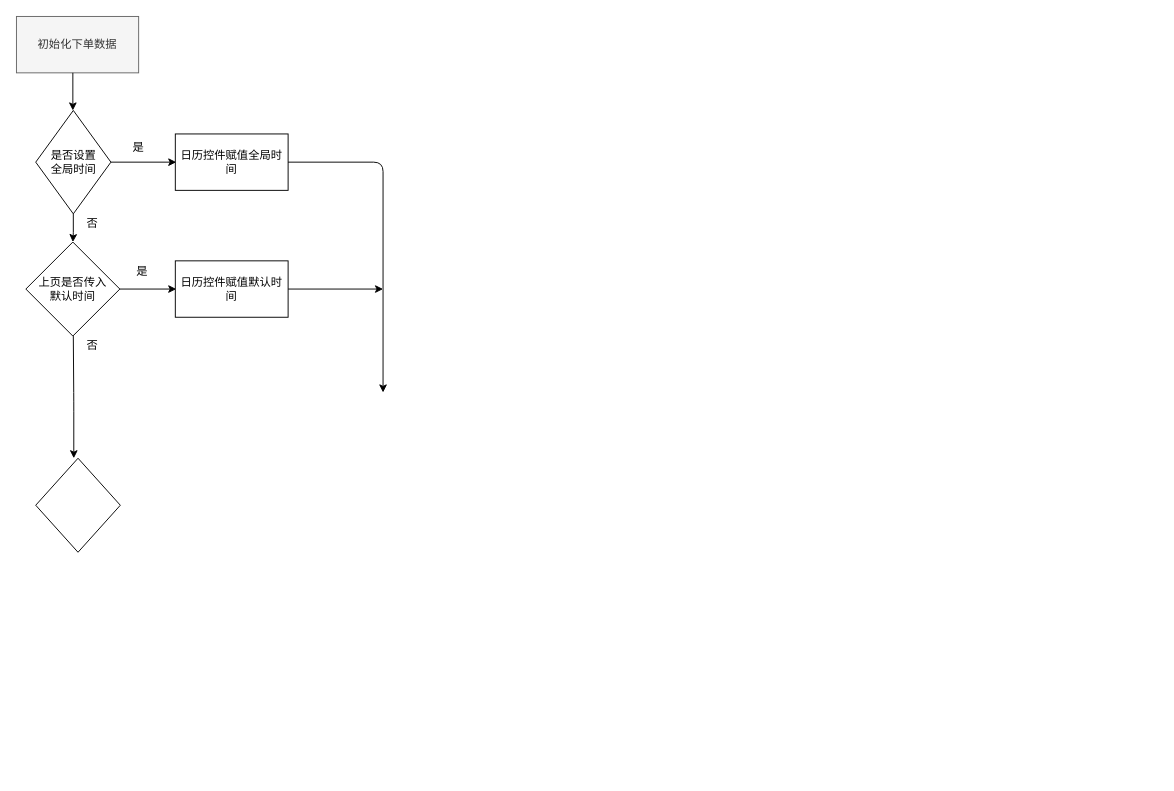
This is Untitled Diagram.drawio from fanxiao168/docment, a draw.io file, before an edit. Source tidied: cells renumbered, new cells numbered last; positions are measured from the earlier drawing's top-left corner, leaving out a move shared by most shapes. Both pictures are drawn from the tidied source at 94%, with x=0, y=0 at pixel (16, 16).
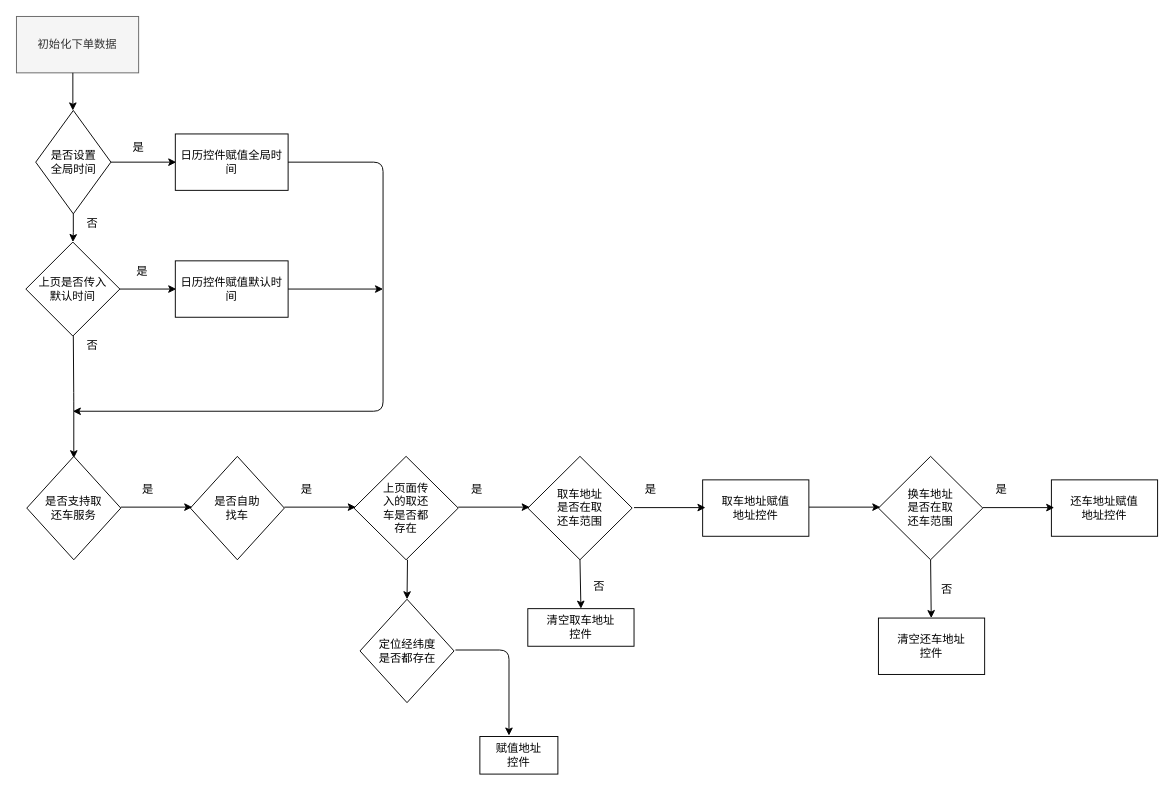
The same diagram, later.

The change refers to these unchanged cells:
```xml
<mxCell id="13" value="日历控件赋值全局时间" style="rounded=0;whiteSpace=wrap;html=1;" parent="1" vertex="1">
  <mxGeometry x="169" y="125" width="120" height="60" as="geometry" />
</mxCell>
```

Change to the diagram source:
```diff
@@
     <mxCell id="16" style="endArrow=classic;html=1;exitX=1;exitY=0.5;exitDx=0;exitDy=0;" parent="1" edge="1" source="13">
       <mxGeometry relative="1" as="geometry">
-        <mxPoint x="390" y="400" as="targetPoint" />
+        <mxPoint x="60" y="420" as="targetPoint" />
         <Array as="points">
           <mxPoint x="390" y="155" />
+          <mxPoint x="390" y="420" />
         </Array>
       </mxGeometry>
     </mxCell>
@@
-    <mxCell id="18" style="rhombus;whiteSpace=wrap;html=1;" parent="1" vertex="1">
-      <mxGeometry x="20.5" y="470" width="90" height="100" as="geometry" />
+    <mxCell id="18" value="是否支持取&lt;br&gt;还车服务" style="rhombus;whiteSpace=wrap;html=1;" parent="1" vertex="1">
+      <mxGeometry x="11" y="468" width="100" height="110" as="geometry" />
     </mxCell>
+    <mxCell id="19" value="是否自助&lt;br&gt;找车" style="rhombus;whiteSpace=wrap;html=1;" parent="1" vertex="1">
+      <mxGeometry x="185" y="468" width="100" height="110" as="geometry" />
+    </mxCell>
+    <mxCell id="20" style="endArrow=classic;html=1;" parent="1" edge="1">
+      <mxGeometry relative="1" as="geometry">
+        <mxPoint x="111" y="522" as="sourcePoint" />
+        <mxPoint x="187" y="522" as="targetPoint" />
+      </mxGeometry>
+    </mxCell>
+    <mxCell id="21" value="上页面传&lt;br&gt;入的取还&lt;br&gt;车是否都&lt;br&gt;存在" style="rhombus;whiteSpace=wrap;html=1;" parent="1" vertex="1">
+      <mxGeometry x="359" y="468" width="111" height="110" as="geometry" />
+    </mxCell>
+    <mxCell id="22" style="endArrow=classic;html=1;" parent="1" edge="1">
+      <mxGeometry relative="1" as="geometry">
+        <mxPoint x="285" y="522" as="sourcePoint" />
+        <mxPoint x="361" y="522" as="targetPoint" />
+      </mxGeometry>
+    </mxCell>
+    <mxCell id="23" value="取车地址&lt;br&gt;是否在取&lt;br&gt;还车范围" style="rhombus;whiteSpace=wrap;html=1;" parent="1" vertex="1">
+      <mxGeometry x="544" y="468" width="111" height="110" as="geometry" />
+    </mxCell>
+    <mxCell id="24" style="endArrow=classic;html=1;" parent="1" edge="1">
+      <mxGeometry relative="1" as="geometry">
+        <mxPoint x="470" y="522" as="sourcePoint" />
+        <mxPoint x="546" y="522" as="targetPoint" />
+      </mxGeometry>
+    </mxCell>
+    <mxCell id="25" value="换车地址&lt;br&gt;是否在取&lt;br&gt;还车范围" style="rhombus;whiteSpace=wrap;html=1;" parent="1" vertex="1">
+      <mxGeometry x="917" y="468" width="111" height="110" as="geometry" />
+    </mxCell>
+    <mxCell id="26" style="endArrow=classic;html=1;" parent="1" edge="1">
+      <mxGeometry relative="1" as="geometry">
+        <mxPoint x="843" y="522" as="sourcePoint" />
+        <mxPoint x="919" y="522" as="targetPoint" />
+      </mxGeometry>
+    </mxCell>
+    <mxCell id="27" value="取车地址赋值&lt;br&gt;地址控件" style="rounded=0;whiteSpace=wrap;html=1;" parent="1" vertex="1">
+      <mxGeometry x="730" y="493" width="113" height="60" as="geometry" />
+    </mxCell>
+    <mxCell id="28" style="endArrow=classic;html=1;" parent="1" edge="1">
+      <mxGeometry relative="1" as="geometry">
+        <mxPoint x="657" y="522.5" as="sourcePoint" />
+        <mxPoint x="733" y="522.5" as="targetPoint" />
+      </mxGeometry>
+    </mxCell>
+    <mxCell id="29" value="还车地址赋值&lt;br&gt;地址控件" style="rounded=0;whiteSpace=wrap;html=1;" parent="1" vertex="1">
+      <mxGeometry x="1101" y="493" width="113" height="60" as="geometry" />
+    </mxCell>
+    <mxCell id="30" style="endArrow=classic;html=1;" parent="1" edge="1">
+      <mxGeometry relative="1" as="geometry">
+        <mxPoint x="1028" y="522.5" as="sourcePoint" />
+        <mxPoint x="1104" y="522.5" as="targetPoint" />
+      </mxGeometry>
+    </mxCell>
+    <mxCell id="31" value="清空取车地址&lt;br&gt;控件" style="rounded=0;whiteSpace=wrap;html=1;" parent="1" vertex="1">
+      <mxGeometry x="544" y="630" width="113" height="40" as="geometry" />
+    </mxCell>
+    <mxCell id="32" value="清空还车地址&lt;br&gt;控件" style="rounded=0;whiteSpace=wrap;html=1;" parent="1" vertex="1">
+      <mxGeometry x="917" y="640" width="113" height="60" as="geometry" />
+    </mxCell>
+    <mxCell id="33" style="endArrow=classic;html=1;exitX=0.5;exitY=1;exitDx=0;exitDy=0;entryX=0.5;entryY=0;entryDx=0;entryDy=0;" parent="1" edge="1" source="23" target="31">
+      <mxGeometry relative="1" as="geometry" />
+    </mxCell>
+    <mxCell id="34" style="endArrow=classic;html=1;exitX=0.5;exitY=1;exitDx=0;exitDy=0;" parent="1" edge="1" source="25" target="32">
+      <mxGeometry relative="1" as="geometry" />
+    </mxCell>
+    <mxCell id="35" value="是" style="text;html=1;strokeColor=none;fillColor=none;align=center;verticalAlign=middle;whiteSpace=wrap;rounded=0;" parent="1" vertex="1">
+      <mxGeometry x="120" y="493" width="40" height="20" as="geometry" />
+    </mxCell>
+    <mxCell id="36" value="是" style="text;html=1;strokeColor=none;fillColor=none;align=center;verticalAlign=middle;whiteSpace=wrap;rounded=0;" parent="1" vertex="1">
+      <mxGeometry x="289" y="493" width="40" height="20" as="geometry" />
+    </mxCell>
+    <mxCell id="37" value="是" style="text;html=1;strokeColor=none;fillColor=none;align=center;verticalAlign=middle;whiteSpace=wrap;rounded=0;" parent="1" vertex="1">
+      <mxGeometry x="470" y="493" width="40" height="20" as="geometry" />
+    </mxCell>
+    <mxCell id="38" value="是" style="text;html=1;strokeColor=none;fillColor=none;align=center;verticalAlign=middle;whiteSpace=wrap;rounded=0;" parent="1" vertex="1">
+      <mxGeometry x="655" y="493" width="40" height="20" as="geometry" />
+    </mxCell>
+    <mxCell id="39" value="是" style="text;html=1;strokeColor=none;fillColor=none;align=center;verticalAlign=middle;whiteSpace=wrap;rounded=0;" parent="1" vertex="1">
+      <mxGeometry x="1028" y="493" width="40" height="20" as="geometry" />
+    </mxCell>
+    <mxCell id="40" value="否" style="text;html=1;strokeColor=none;fillColor=none;align=center;verticalAlign=middle;whiteSpace=wrap;rounded=0;" parent="1" vertex="1">
+      <mxGeometry x="970" y="600" width="40" height="20" as="geometry" />
+    </mxCell>
+    <mxCell id="41" value="否" style="text;html=1;strokeColor=none;fillColor=none;align=center;verticalAlign=middle;whiteSpace=wrap;rounded=0;" parent="1" vertex="1">
+      <mxGeometry x="600" y="597" width="40" height="20" as="geometry" />
+    </mxCell>
+    <mxCell id="42" value="定位经纬度&lt;br&gt;是否都存在" style="rhombus;whiteSpace=wrap;html=1;" parent="1" vertex="1">
+      <mxGeometry x="365.5" y="620" width="100" height="110" as="geometry" />
+    </mxCell>
+    <mxCell id="43" style="endArrow=classic;html=1;entryX=0.5;entryY=0;entryDx=0;entryDy=0;" parent="1" edge="1" target="42">
+      <mxGeometry relative="1" as="geometry">
+        <mxPoint x="416" y="578" as="sourcePoint" />
+      </mxGeometry>
+    </mxCell>
+    <mxCell id="44" value="赋值地址&lt;br&gt;控件" style="rounded=0;whiteSpace=wrap;html=1;" parent="1" vertex="1">
+      <mxGeometry x="493" y="766" width="83" height="40" as="geometry" />
+    </mxCell>
+    <mxCell id="45" style="endArrow=classic;html=1;entryX=0.373;entryY=-0.025;entryDx=0;entryDy=0;entryPerimeter=0;" parent="1" edge="1" target="44">
+      <mxGeometry relative="1" as="geometry">
+        <mxPoint x="467" y="674" as="sourcePoint" />
+        <Array as="points">
+          <mxPoint x="524" y="674" />
+        </Array>
+      </mxGeometry>
+    </mxCell>
```
